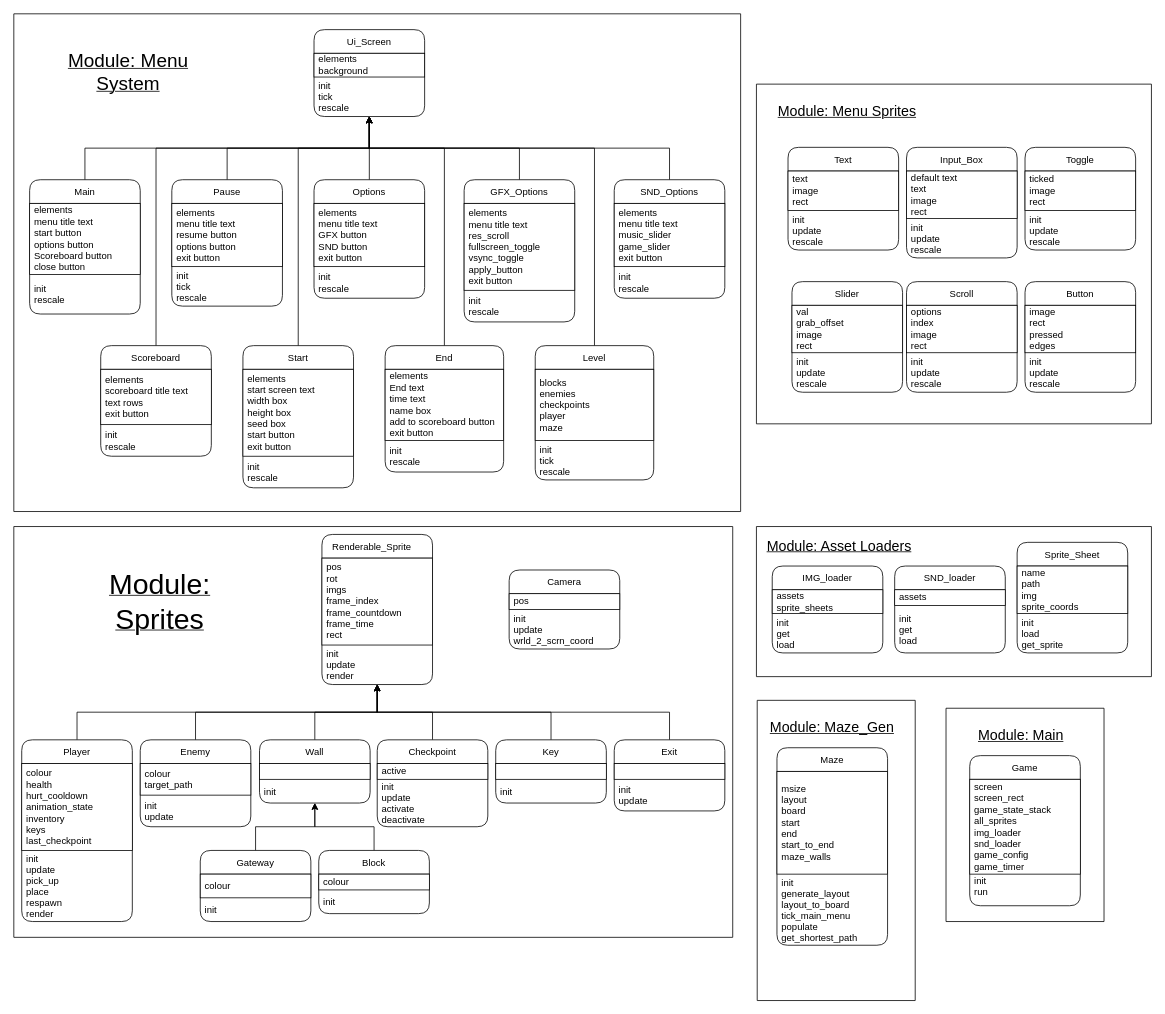
Scaniox/H446-programming-project keeps this draw.io diagram as class diagrams.drawio. Above is the earlier version. Source tidied: cells renumbered, new cells numbered last; positions are measured from the earlier drawing's top-left corner, leaving out a move shared by most shapes. Both pictures are drawn from the tidied source at 79%, with x=0, y=0 at pixel (13, 13).
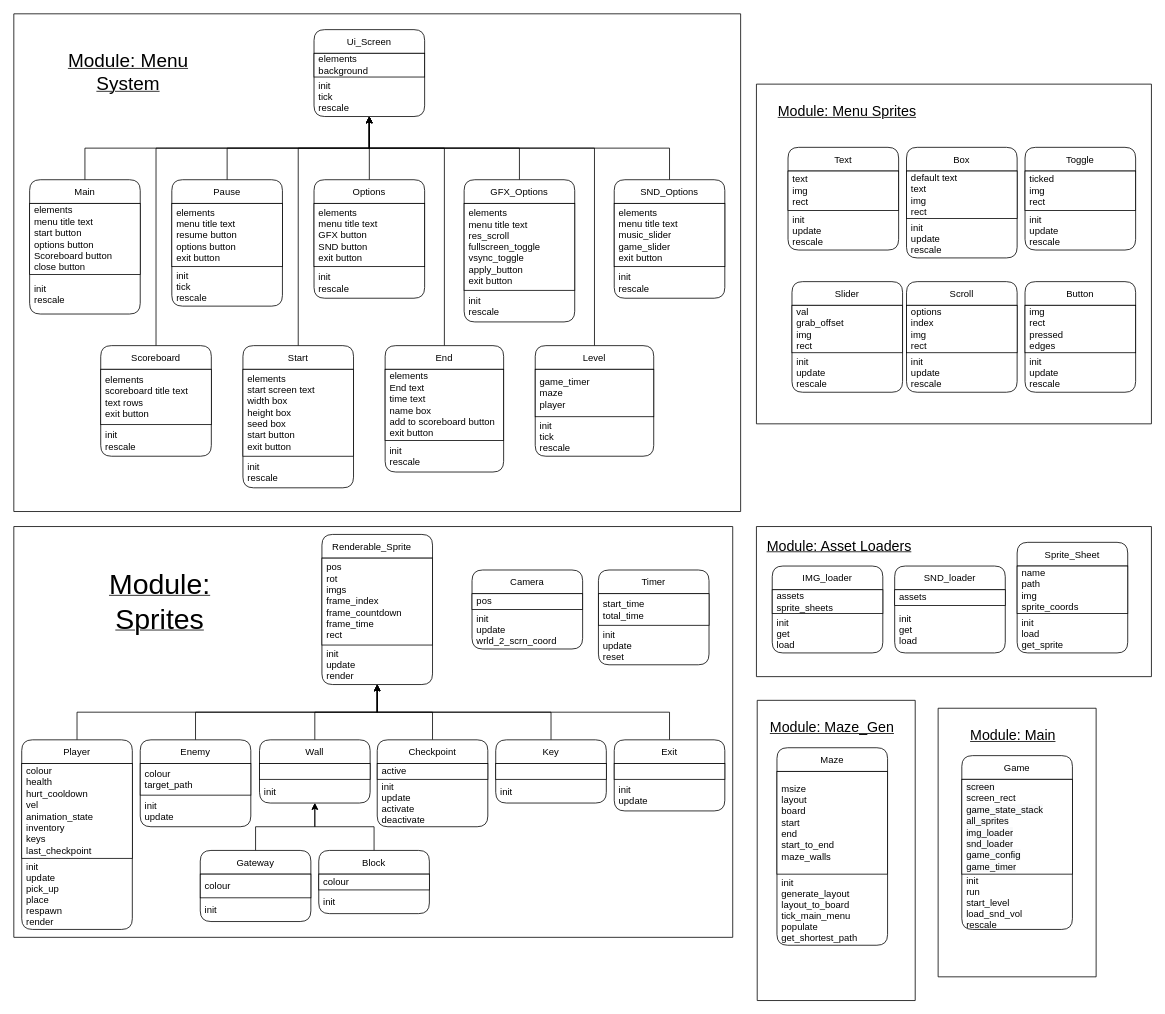
Above is the later version.

Commit message (it also covers changes not shown here):
design - review 24 01 22

The change refers to these unchanged cells:
```xml
<mxCell id="13" style="swimlane;startSize=0;fontSize=18;" parent="1" vertex="1">
  <mxGeometry y="649" width="910" height="520" as="geometry" />
</mxCell>
<mxCell id="63" style="swimlane;startSize=0;fontSize=36;" parent="1" vertex="1">
  <mxGeometry width="920" height="630" as="geometry" />
</mxCell>
<mxCell id="104" style="swimlane;startSize=0;fontSize=36;" parent="1" vertex="1">
  <mxGeometry x="940" y="89" width="500" height="430" as="geometry" />
</mxCell>
<mxCell id="106" value="Text" style="swimlane;fontStyle=0;horizontal=1;startSize=30;rounded=1;" parent="104" vertex="1">
  <mxGeometry x="40" y="80" width="140" height="130" as="geometry" />
</mxCell>
<mxCell id="112" value="Toggle" style="swimlane;fontStyle=0;horizontal=1;startSize=30;rounded=1;" parent="104" vertex="1">
  <mxGeometry x="340" y="80" width="140" height="130" as="geometry" />
</mxCell>
<mxCell id="115" value="Scroll" style="swimlane;fontStyle=0;horizontal=1;startSize=30;rounded=1;" parent="104" vertex="1">
  <mxGeometry x="190" y="250" width="140" height="140" as="geometry" />
</mxCell>
<mxCell id="118" value="Slider" style="swimlane;fontStyle=0;horizontal=1;startSize=30;rounded=1;" parent="104" vertex="1">
  <mxGeometry x="45" y="250" width="140" height="140" as="geometry" />
</mxCell>
<mxCell id="121" value="Button" style="swimlane;fontStyle=0;horizontal=1;startSize=30;rounded=1;" parent="104" vertex="1">
  <mxGeometry x="340" y="250" width="140" height="140" as="geometry" />
</mxCell>
```

The edit, as a diff of the source:
```diff
@@
     <mxCell id="18" value="Player" style="swimlane;fontStyle=0;horizontal=1;startSize=30;rounded=1;" parent="13" vertex="1">
-      <mxGeometry x="10" y="270" width="140" height="230" as="geometry" />
+      <mxGeometry x="10" y="270" width="140" height="240" as="geometry" />
     </mxCell>
-    <mxCell id="19" value="colour&lt;br&gt;health&lt;br&gt;hurt_cooldown&lt;br&gt;animation_state&lt;br&gt;inventory&lt;br&gt;keys&lt;br&gt;last_checkpoint" style="rounded=0;whiteSpace=wrap;html=1;align=left;spacingLeft=4;" parent="18" vertex="1">
-      <mxGeometry y="30" width="140" height="110" as="geometry" />
+    <mxCell id="19" value="colour&lt;br&gt;health&lt;br&gt;hurt_cooldown&lt;br&gt;vel&lt;br&gt;animation_state&lt;br&gt;inventory&lt;br&gt;keys&lt;br&gt;last_checkpoint" style="rounded=0;whiteSpace=wrap;html=1;align=left;spacingLeft=4;" parent="18" vertex="1">
+      <mxGeometry y="30" width="140" height="120" as="geometry" />
     </mxCell>
     <mxCell id="20" value="init&#10;update&#10;pick_up&#10;place&#10;respawn&#10;render" style="text;strokeColor=none;fillColor=none;align=left;verticalAlign=middle;spacingLeft=4;spacingRight=4;overflow=hidden;" parent="18" vertex="1">
-      <mxGeometry y="140" width="140" height="90" as="geometry" />
+      <mxGeometry y="150" width="140" height="90" as="geometry" />
     </mxCell>
@@
     <mxCell id="49" value="Camera" style="swimlane;fontStyle=0;horizontal=1;startSize=30;rounded=1;" parent="13" vertex="1">
-      <mxGeometry x="627" y="55" width="140" height="100" as="geometry" />
+      <mxGeometry x="580" y="55" width="140" height="100" as="geometry" />
     </mxCell>
@@
+    <mxCell id="124" value="Timer" style="swimlane;fontStyle=0;horizontal=1;startSize=30;rounded=1;" parent="13" vertex="1">
+      <mxGeometry x="740" y="55" width="140" height="120" as="geometry" />
+    </mxCell>
+    <mxCell id="125" value="start_time&lt;br&gt;total_time" style="rounded=0;whiteSpace=wrap;html=1;align=left;spacingLeft=4;" parent="124" vertex="1">
+      <mxGeometry y="30" width="140" height="40" as="geometry" />
+    </mxCell>
+    <mxCell id="126" value="init&#10;update&#10;reset" style="text;strokeColor=none;fillColor=none;align=left;verticalAlign=middle;spacingLeft=4;spacingRight=4;overflow=hidden;" parent="124" vertex="1">
+      <mxGeometry y="70" width="140" height="50" as="geometry" />
+    </mxCell>
@@
     <mxCell id="58" style="swimlane;startSize=0;fontSize=36;" parent="1" vertex="1">
-      <mxGeometry x="1180" y="879" width="200" height="270" as="geometry" />
+      <mxGeometry x="1170" y="879" width="200" height="340" as="geometry" />
     </mxCell>
@@
     <mxCell id="60" value="Game" style="swimlane;fontStyle=0;horizontal=1;startSize=30;rounded=1;" parent="58" vertex="1">
-      <mxGeometry x="30" y="60" width="140" height="190" as="geometry" />
+      <mxGeometry x="30" y="60" width="140" height="220" as="geometry" />
     </mxCell>
-    <mxCell id="61" value="&lt;span style=&quot;font-family: &amp;#34;helvetica&amp;#34; ; font-size: 12px ; font-style: normal ; font-weight: 400 ; letter-spacing: normal ; text-indent: 0px ; text-transform: none ; word-spacing: 0px ; display: inline ; float: none&quot;&gt;screen&lt;br&gt;&lt;/span&gt;screen_rect&lt;br style=&quot;padding: 0px ; margin: 0px ; font-family: &amp;#34;helvetica&amp;#34; ; font-size: 12px ; font-style: normal ; font-weight: 400 ; letter-spacing: normal ; text-indent: 0px ; text-transform: none ; word-spacing: 0px&quot;&gt;&lt;span style=&quot;font-family: &amp;#34;helvetica&amp;#34; ; font-size: 12px ; font-style: normal ; font-weight: 400 ; letter-spacing: normal ; text-indent: 0px ; text-transform: none ; word-spacing: 0px ; display: inline ; float: none&quot;&gt;game_state_stack&lt;/span&gt;&lt;br style=&quot;padding: 0px ; margin: 0px ; font-family: &amp;#34;helvetica&amp;#34; ; font-size: 12px ; font-style: normal ; font-weight: 400 ; letter-spacing: normal ; text-indent: 0px ; text-transform: none ; word-spacing: 0px&quot;&gt;&lt;span style=&quot;font-family: &amp;#34;helvetica&amp;#34; ; font-size: 12px ; font-style: normal ; font-weight: 400 ; letter-spacing: normal ; text-indent: 0px ; text-transform: none ; word-spacing: 0px ; display: inline ; float: none&quot;&gt;all_sprites&lt;/span&gt;&lt;br style=&quot;padding: 0px ; margin: 0px ; font-family: &amp;#34;helvetica&amp;#34; ; font-size: 12px ; font-style: normal ; font-weight: 400 ; letter-spacing: normal ; text-indent: 0px ; text-transform: none ; word-spacing: 0px&quot;&gt;&lt;span style=&quot;font-family: &amp;#34;helvetica&amp;#34; ; font-size: 12px ; font-style: normal ; font-weight: 400 ; letter-spacing: normal ; text-indent: 0px ; text-transform: none ; word-spacing: 0px ; display: inline ; float: none&quot;&gt;img_loader&lt;/span&gt;&lt;br style=&quot;padding: 0px ; margin: 0px ; font-family: &amp;#34;helvetica&amp;#34; ; font-size: 12px ; font-style: normal ; font-weight: 400 ; letter-spacing: normal ; text-indent: 0px ; text-transform: none ; word-spacing: 0px&quot;&gt;&lt;span style=&quot;font-family: &amp;#34;helvetica&amp;#34; ; font-size: 12px ; font-style: normal ; font-weight: 400 ; letter-spacing: normal ; text-indent: 0px ; text-transform: none ; word-spacing: 0px ; display: inline ; float: none&quot;&gt;snd_loader&lt;/span&gt;&lt;br style=&quot;padding: 0px ; margin: 0px ; font-family: &amp;#34;helvetica&amp;#34; ; font-size: 12px ; font-style: normal ; font-weight: 400 ; letter-spacing: normal ; text-indent: 0px ; text-transform: none ; word-spacing: 0px&quot;&gt;&lt;span style=&quot;font-family: &amp;#34;helvetica&amp;#34; ; font-size: 12px ; font-style: normal ; font-weight: 400 ; letter-spacing: normal ; text-indent: 0px ; text-transform: none ; word-spacing: 0px ; display: inline ; float: none&quot;&gt;game_config&lt;/span&gt;&lt;br style=&quot;padding: 0px ; margin: 0px ; font-family: &amp;#34;helvetica&amp;#34; ; font-size: 12px ; font-style: normal ; font-weight: 400 ; letter-spacing: normal ; text-indent: 0px ; text-transform: none ; word-spacing: 0px&quot;&gt;&lt;span style=&quot;font-family: &amp;#34;helvetica&amp;#34; ; font-size: 12px ; font-style: normal ; font-weight: 400 ; letter-spacing: normal ; text-indent: 0px ; text-transform: none ; word-spacing: 0px ; display: inline ; float: none&quot;&gt;game_timer&lt;/span&gt;" style="rounded=0;whiteSpace=wrap;html=1;align=left;spacingLeft=4;" parent="60" vertex="1">
+    <mxCell id="61" value="&lt;span style=&quot;color: rgb(0 , 0 , 0) ; font-family: &amp;#34;helvetica&amp;#34; ; font-size: 12px ; font-style: normal ; font-weight: 400 ; letter-spacing: normal ; text-indent: 0px ; text-transform: none ; word-spacing: 0px ; background-color: rgb(248 , 249 , 250) ; display: inline ; float: none&quot;&gt;screen&lt;br&gt;&lt;/span&gt;screen_rect&lt;br style=&quot;padding: 0px ; margin: 0px ; color: rgb(0 , 0 , 0) ; font-family: &amp;#34;helvetica&amp;#34; ; font-size: 12px ; font-style: normal ; font-weight: 400 ; letter-spacing: normal ; text-indent: 0px ; text-transform: none ; word-spacing: 0px ; background-color: rgb(248 , 249 , 250)&quot;&gt;&lt;span style=&quot;color: rgb(0 , 0 , 0) ; font-family: &amp;#34;helvetica&amp;#34; ; font-size: 12px ; font-style: normal ; font-weight: 400 ; letter-spacing: normal ; text-indent: 0px ; text-transform: none ; word-spacing: 0px ; background-color: rgb(248 , 249 , 250) ; display: inline ; float: none&quot;&gt;game_state_stack&lt;/span&gt;&lt;br style=&quot;padding: 0px ; margin: 0px ; color: rgb(0 , 0 , 0) ; font-family: &amp;#34;helvetica&amp;#34; ; font-size: 12px ; font-style: normal ; font-weight: 400 ; letter-spacing: normal ; text-indent: 0px ; text-transform: none ; word-spacing: 0px ; background-color: rgb(248 , 249 , 250)&quot;&gt;&lt;span style=&quot;color: rgb(0 , 0 , 0) ; font-family: &amp;#34;helvetica&amp;#34; ; font-size: 12px ; font-style: normal ; font-weight: 400 ; letter-spacing: normal ; text-indent: 0px ; text-transform: none ; word-spacing: 0px ; background-color: rgb(248 , 249 , 250) ; display: inline ; float: none&quot;&gt;all_sprites&lt;/span&gt;&lt;br style=&quot;padding: 0px ; margin: 0px ; color: rgb(0 , 0 , 0) ; font-family: &amp;#34;helvetica&amp;#34; ; font-size: 12px ; font-style: normal ; font-weight: 400 ; letter-spacing: normal ; text-indent: 0px ; text-transform: none ; word-spacing: 0px ; background-color: rgb(248 , 249 , 250)&quot;&gt;&lt;span style=&quot;color: rgb(0 , 0 , 0) ; font-family: &amp;#34;helvetica&amp;#34; ; font-size: 12px ; font-style: normal ; font-weight: 400 ; letter-spacing: normal ; text-indent: 0px ; text-transform: none ; word-spacing: 0px ; background-color: rgb(248 , 249 , 250) ; display: inline ; float: none&quot;&gt;img_loader&lt;/span&gt;&lt;br style=&quot;padding: 0px ; margin: 0px ; color: rgb(0 , 0 , 0) ; font-family: &amp;#34;helvetica&amp;#34; ; font-size: 12px ; font-style: normal ; font-weight: 400 ; letter-spacing: normal ; text-indent: 0px ; text-transform: none ; word-spacing: 0px ; background-color: rgb(248 , 249 , 250)&quot;&gt;&lt;span style=&quot;color: rgb(0 , 0 , 0) ; font-family: &amp;#34;helvetica&amp;#34; ; font-size: 12px ; font-style: normal ; font-weight: 400 ; letter-spacing: normal ; text-indent: 0px ; text-transform: none ; word-spacing: 0px ; background-color: rgb(248 , 249 , 250) ; display: inline ; float: none&quot;&gt;snd_loader&lt;/span&gt;&lt;br style=&quot;padding: 0px ; margin: 0px ; color: rgb(0 , 0 , 0) ; font-family: &amp;#34;helvetica&amp;#34; ; font-size: 12px ; font-style: normal ; font-weight: 400 ; letter-spacing: normal ; text-indent: 0px ; text-transform: none ; word-spacing: 0px ; background-color: rgb(248 , 249 , 250)&quot;&gt;&lt;span style=&quot;color: rgb(0 , 0 , 0) ; font-family: &amp;#34;helvetica&amp;#34; ; font-size: 12px ; font-style: normal ; font-weight: 400 ; letter-spacing: normal ; text-indent: 0px ; text-transform: none ; word-spacing: 0px ; background-color: rgb(248 , 249 , 250) ; display: inline ; float: none&quot;&gt;game_config&lt;/span&gt;&lt;br style=&quot;padding: 0px ; margin: 0px ; color: rgb(0 , 0 , 0) ; font-family: &amp;#34;helvetica&amp;#34; ; font-size: 12px ; font-style: normal ; font-weight: 400 ; letter-spacing: normal ; text-indent: 0px ; text-transform: none ; word-spacing: 0px ; background-color: rgb(248 , 249 , 250)&quot;&gt;&lt;span style=&quot;color: rgb(0 , 0 , 0) ; font-family: &amp;#34;helvetica&amp;#34; ; font-size: 12px ; font-style: normal ; font-weight: 400 ; letter-spacing: normal ; text-indent: 0px ; text-transform: none ; word-spacing: 0px ; background-color: rgb(248 , 249 , 250) ; display: inline ; float: none&quot;&gt;game_timer&lt;/span&gt;" style="rounded=0;whiteSpace=wrap;html=1;align=left;spacingLeft=4;" parent="60" vertex="1">
       <mxGeometry y="30" width="140" height="120" as="geometry" />
     </mxCell>
-    <mxCell id="62" value="init&#10;run&#10;" style="text;strokeColor=none;fillColor=none;align=left;verticalAlign=middle;spacingLeft=4;spacingRight=4;overflow=hidden;" parent="60" vertex="1">
-      <mxGeometry y="150" width="140" height="40" as="geometry" />
+    <mxCell id="62" value="init&#10;run&#10;start_level&#10;load_snd_vol&#10;rescale" style="text;strokeColor=none;fillColor=none;align=left;verticalAlign=middle;spacingLeft=4;spacingRight=4;overflow=hidden;" parent="60" vertex="1">
+      <mxGeometry y="150" width="140" height="70" as="geometry" />
     </mxCell>
@@
     <mxCell id="98" value="Level" style="swimlane;fontStyle=0;horizontal=1;startSize=30;rounded=1;" parent="63" vertex="1">
-      <mxGeometry x="660" y="420" width="150" height="170" as="geometry" />
+      <mxGeometry x="660" y="420" width="150" height="140" as="geometry" />
     </mxCell>
-    <mxCell id="99" value="blocks&lt;br&gt;enemies&lt;br&gt;checkpoints&lt;br&gt;player&lt;br&gt;maze" style="rounded=0;whiteSpace=wrap;html=1;align=left;spacingLeft=4;" parent="98" vertex="1">
-      <mxGeometry y="30" width="150" height="90" as="geometry" />
+    <mxCell id="99" value="game_timer&lt;br&gt;maze&lt;br&gt;player" style="rounded=0;whiteSpace=wrap;html=1;align=left;spacingLeft=4;" parent="98" vertex="1">
+      <mxGeometry y="30" width="150" height="60" as="geometry" />
     </mxCell>
     <mxCell id="100" value="init&#10;tick&#10;rescale" style="text;strokeColor=none;fillColor=none;align=left;verticalAlign=middle;spacingLeft=4;spacingRight=4;overflow=hidden;" parent="98" vertex="1">
-      <mxGeometry y="120" width="150" height="50" as="geometry" />
+      <mxGeometry y="90" width="150" height="50" as="geometry" />
     </mxCell>
@@
-    <mxCell id="107" value="text&lt;br&gt;image&lt;br&gt;rect" style="rounded=0;whiteSpace=wrap;html=1;align=left;spacingLeft=4;" parent="106" vertex="1">
+    <mxCell id="107" value="text&lt;br&gt;img&lt;br&gt;rect" style="rounded=0;whiteSpace=wrap;html=1;align=left;spacingLeft=4;" parent="106" vertex="1">
       <mxGeometry y="30" width="140" height="50" as="geometry" />
     </mxCell>
@@
-    <mxCell id="109" value="Input_Box" style="swimlane;fontStyle=0;horizontal=1;startSize=30;rounded=1;" parent="104" vertex="1">
+    <mxCell id="109" value="Box" style="swimlane;fontStyle=0;horizontal=1;startSize=30;rounded=1;" parent="104" vertex="1">
       <mxGeometry x="190" y="80" width="140" height="140" as="geometry" />
     </mxCell>
-    <mxCell id="110" value="default text&lt;br&gt;text&lt;br&gt;image&lt;br&gt;rect" style="rounded=0;whiteSpace=wrap;html=1;align=left;spacingLeft=4;" parent="109" vertex="1">
+    <mxCell id="110" value="default text&lt;br&gt;text&lt;br&gt;img&lt;br&gt;rect" style="rounded=0;whiteSpace=wrap;html=1;align=left;spacingLeft=4;" parent="109" vertex="1">
       <mxGeometry y="30" width="140" height="60" as="geometry" />
     </mxCell>
@@
-    <mxCell id="113" value="ticked&lt;br&gt;image&lt;br&gt;rect" style="rounded=0;whiteSpace=wrap;html=1;align=left;spacingLeft=4;" parent="112" vertex="1">
+    <mxCell id="113" value="ticked&lt;br&gt;img&lt;br&gt;rect" style="rounded=0;whiteSpace=wrap;html=1;align=left;spacingLeft=4;" parent="112" vertex="1">
       <mxGeometry y="30" width="140" height="50" as="geometry" />
     </mxCell>
@@
-    <mxCell id="116" value="options&lt;br&gt;index&lt;br&gt;image&lt;br&gt;rect" style="rounded=0;whiteSpace=wrap;html=1;align=left;spacingLeft=4;" parent="115" vertex="1">
+    <mxCell id="116" value="options&lt;br&gt;index&lt;br&gt;img&lt;br&gt;rect" style="rounded=0;whiteSpace=wrap;html=1;align=left;spacingLeft=4;" parent="115" vertex="1">
       <mxGeometry y="30" width="140" height="60" as="geometry" />
     </mxCell>
@@
-    <mxCell id="119" value="val&lt;br&gt;grab_offset&lt;br&gt;image&lt;br&gt;rect" style="rounded=0;whiteSpace=wrap;html=1;align=left;spacingLeft=4;" parent="118" vertex="1">
+    <mxCell id="119" value="val&lt;br&gt;grab_offset&lt;br&gt;img&lt;br&gt;rect" style="rounded=0;whiteSpace=wrap;html=1;align=left;spacingLeft=4;" parent="118" vertex="1">
       <mxGeometry y="30" width="140" height="60" as="geometry" />
     </mxCell>
@@
-    <mxCell id="122" value="image&lt;br&gt;rect&lt;br&gt;pressed&lt;br&gt;edges" style="rounded=0;whiteSpace=wrap;html=1;align=left;spacingLeft=4;" parent="121" vertex="1">
+    <mxCell id="122" value="img&lt;br&gt;rect&lt;br&gt;pressed&lt;br&gt;edges" style="rounded=0;whiteSpace=wrap;html=1;align=left;spacingLeft=4;" parent="121" vertex="1">
       <mxGeometry y="30" width="140" height="60" as="geometry" />
     </mxCell>
```
